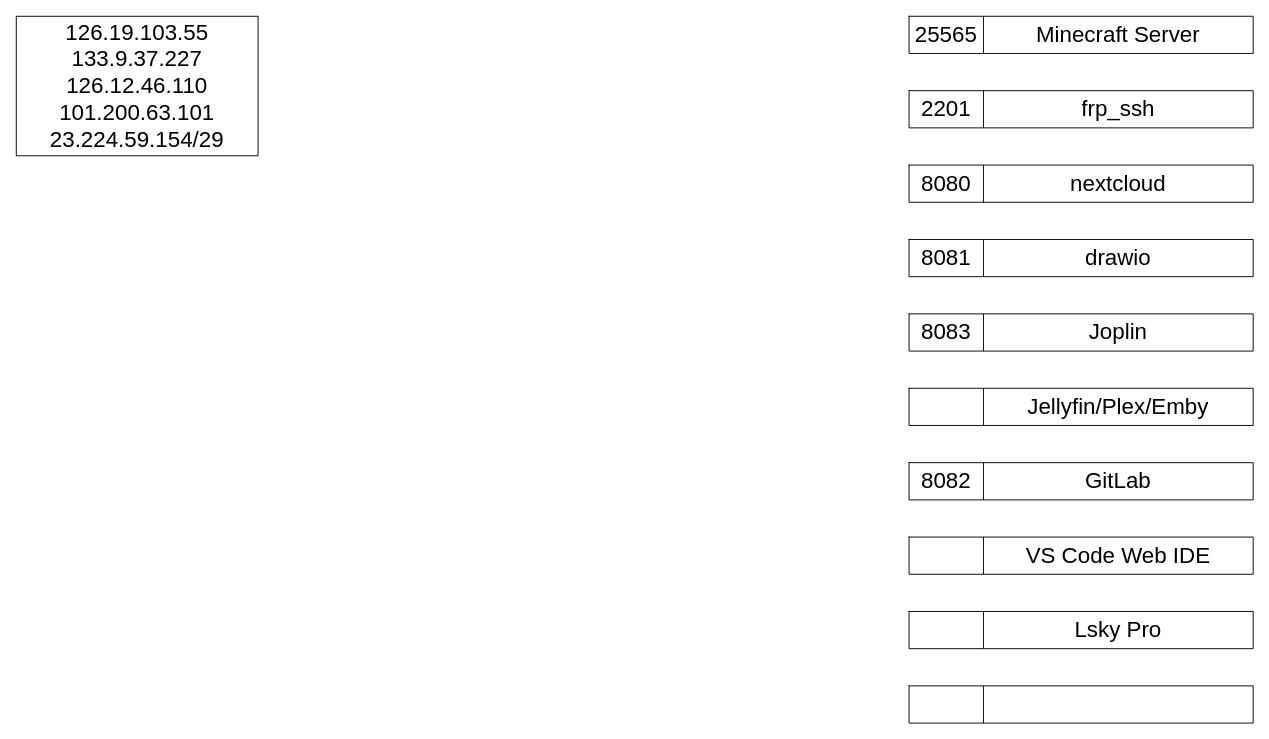
The draw.io diagram 未命名绘图.drawio in CharlesHJC/CICD, before the edit. Source tidied: cells renumbered, new cells numbered last; positions are measured from the earlier drawing's top-left corner, leaving out a move shared by most shapes. Both pictures are drawn from the tidied source at 93%, with x=0, y=0 at pixel (16, 16).
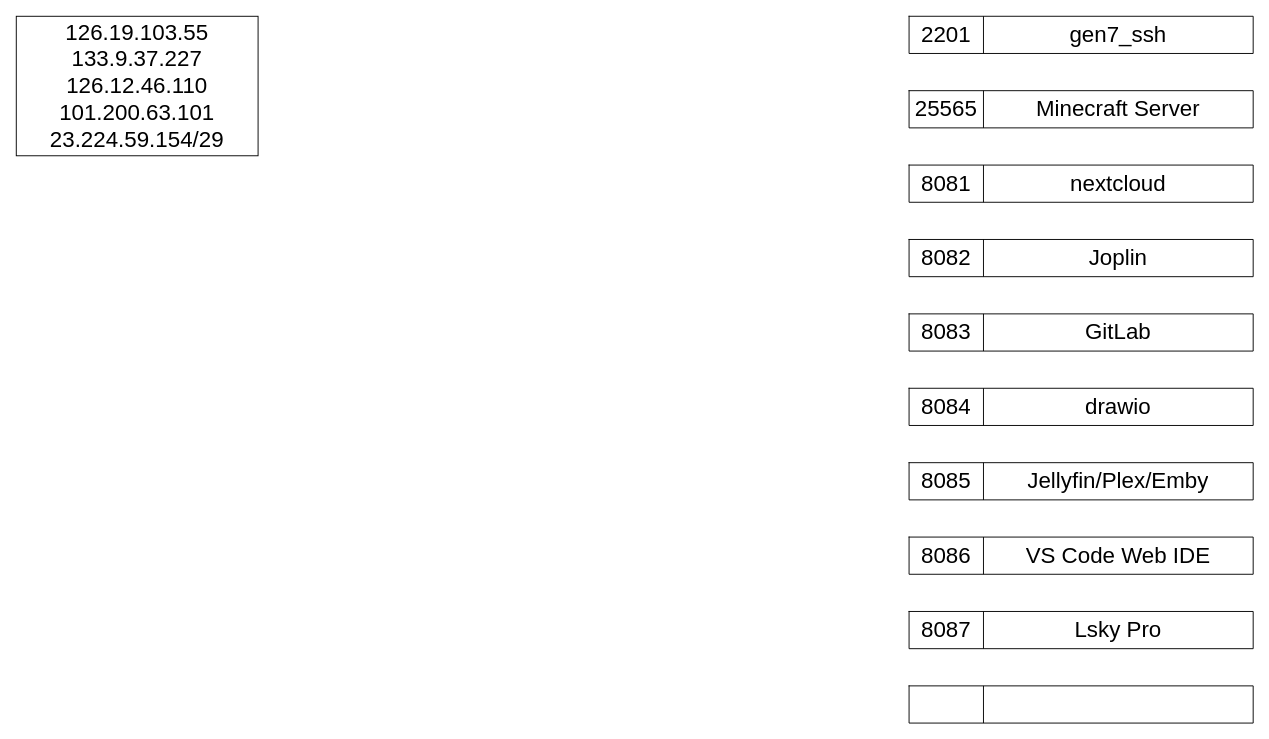
The same page after the edit.

Commit message:
更新未命名绘图.drawio

Unchanged cells that the change refers to:
```xml
<mxCell id="7" style="shape=tableRow;horizontal=0;startSize=0;swimlaneHead=0;swimlaneBody=0;top=0;left=0;bottom=0;right=0;fillColor=none;fontSize=24;" parent="6" vertex="1">
  <mxGeometry width="370" height="40" as="geometry" />
</mxCell>
<mxCell id="11" style="shape=tableRow;horizontal=0;startSize=0;swimlaneHead=0;swimlaneBody=0;top=0;left=0;bottom=0;right=0;fillColor=none;fontSize=24;" parent="10" vertex="1">
  <mxGeometry width="370" height="40" as="geometry" />
</mxCell>
<mxCell id="15" style="shape=tableRow;horizontal=0;startSize=0;swimlaneHead=0;swimlaneBody=0;top=0;left=0;bottom=0;right=0;fillColor=none;fontSize=24;" parent="14" vertex="1">
  <mxGeometry width="370" height="40" as="geometry" />
</mxCell>
<mxCell id="19" style="shape=tableRow;horizontal=0;startSize=0;swimlaneHead=0;swimlaneBody=0;top=0;left=0;bottom=0;right=0;fillColor=none;fontSize=24;" parent="18" vertex="1">
  <mxGeometry width="370" height="40" as="geometry" />
</mxCell>
<mxCell id="23" style="shape=tableRow;horizontal=0;startSize=0;swimlaneHead=0;swimlaneBody=0;top=0;left=0;bottom=0;right=0;fillColor=none;fontSize=24;" parent="22" vertex="1">
  <mxGeometry width="370" height="40" as="geometry" />
</mxCell>
<mxCell id="27" style="shape=tableRow;horizontal=0;startSize=0;swimlaneHead=0;swimlaneBody=0;top=0;left=0;bottom=0;right=0;fillColor=none;fontSize=24;" parent="26" vertex="1">
  <mxGeometry width="370" height="40" as="geometry" />
</mxCell>
<mxCell id="31" style="shape=tableRow;horizontal=0;startSize=0;swimlaneHead=0;swimlaneBody=0;top=0;left=0;bottom=0;right=0;fillColor=none;fontSize=24;" parent="30" vertex="1">
  <mxGeometry width="370" height="40" as="geometry" />
</mxCell>
<mxCell id="35" style="shape=tableRow;horizontal=0;startSize=0;swimlaneHead=0;swimlaneBody=0;top=0;left=0;bottom=0;right=0;fillColor=none;fontSize=24;" parent="34" vertex="1">
  <mxGeometry width="370" height="40" as="geometry" />
</mxCell>
```

What changed in the source:
```diff
@@
     <mxCell id="2" style="shape=table;startSize=0;childLayout=tableLayout;fontSize=24;" parent="1" vertex="1">
-      <mxGeometry x="960" width="370" height="40" as="geometry" />
+      <mxGeometry x="960" y="80" width="370" height="40" as="geometry" />
     </mxCell>
@@
     <mxCell id="6" style="shape=table;startSize=0;childLayout=tableLayout;fontSize=24;" parent="1" vertex="1">
-      <mxGeometry x="960" y="80" width="370" height="40" as="geometry" />
+      <mxGeometry x="960" width="370" height="40" as="geometry" />
     </mxCell>
@@
-    <mxCell id="9" value="frp_ssh" style="shape=partialRectangle;html=1;whiteSpace=wrap;overflow=hidden;fillColor=none;top=0;left=0;bottom=0;right=0;fontSize=24;" parent="7" vertex="1">
+    <mxCell id="9" value="gen7_ssh" style="shape=partialRectangle;html=1;whiteSpace=wrap;overflow=hidden;fillColor=none;top=0;left=0;bottom=0;right=0;fontSize=24;" parent="7" vertex="1">
       <mxGeometry x="80" width="290" height="40" as="geometry" />
     </mxCell>
     <mxCell id="10" style="shape=table;startSize=0;childLayout=tableLayout;fontSize=24;" parent="1" vertex="1">
-      <mxGeometry x="960" y="240" width="370" height="40" as="geometry" />
+      <mxGeometry x="960" y="400" width="370" height="40" as="geometry" />
     </mxCell>
@@
-    <mxCell id="12" value="8081" style="shape=partialRectangle;html=1;whiteSpace=wrap;overflow=hidden;fillColor=none;top=0;left=0;bottom=0;right=0;fontSize=24;" parent="11" vertex="1">
+    <mxCell id="12" value="8084" style="shape=partialRectangle;html=1;whiteSpace=wrap;overflow=hidden;fillColor=none;top=0;left=0;bottom=0;right=0;fontSize=24;" parent="11" vertex="1">
       <mxGeometry width="80" height="40" as="geometry" />
     </mxCell>
@@
-    <mxCell id="16" value="8080" style="shape=partialRectangle;html=1;whiteSpace=wrap;overflow=hidden;fillColor=none;top=0;left=0;bottom=0;right=0;fontSize=24;" parent="15" vertex="1">
+    <mxCell id="16" value="8081" style="shape=partialRectangle;html=1;whiteSpace=wrap;overflow=hidden;fillColor=none;top=0;left=0;bottom=0;right=0;fontSize=24;" parent="15" vertex="1">
       <mxGeometry width="80" height="40" as="geometry" />
     </mxCell>
@@
     <mxCell id="18" style="shape=table;startSize=0;childLayout=tableLayout;fontSize=24;" parent="1" vertex="1">
-      <mxGeometry x="960" y="320" width="370" height="40" as="geometry" />
+      <mxGeometry x="960" y="240" width="370" height="40" as="geometry" />
     </mxCell>
@@
-    <mxCell id="20" value="8083" style="shape=partialRectangle;html=1;whiteSpace=wrap;overflow=hidden;fillColor=none;top=0;left=0;bottom=0;right=0;fontSize=24;" parent="19" vertex="1">
+    <mxCell id="20" value="8082" style="shape=partialRectangle;html=1;whiteSpace=wrap;overflow=hidden;fillColor=none;top=0;left=0;bottom=0;right=0;fontSize=24;" parent="19" vertex="1">
       <mxGeometry width="80" height="40" as="geometry" />
     </mxCell>
@@
     <mxCell id="22" style="shape=table;startSize=0;childLayout=tableLayout;fontSize=24;" parent="1" vertex="1">
-      <mxGeometry x="960" y="400" width="370" height="40" as="geometry" />
+      <mxGeometry x="960" y="480" width="370" height="40" as="geometry" />
     </mxCell>
@@
-    <mxCell id="24" style="shape=partialRectangle;html=1;whiteSpace=wrap;overflow=hidden;fillColor=none;top=0;left=0;bottom=0;right=0;fontSize=24;" parent="23" vertex="1">
+    <mxCell id="24" value="8085" style="shape=partialRectangle;html=1;whiteSpace=wrap;overflow=hidden;fillColor=none;top=0;left=0;bottom=0;right=0;fontSize=24;" parent="23" vertex="1">
       <mxGeometry width="80" height="40" as="geometry" />
     </mxCell>
@@
     <mxCell id="26" style="shape=table;startSize=0;childLayout=tableLayout;fontSize=24;" parent="1" vertex="1">
-      <mxGeometry x="960" y="480" width="370" height="40" as="geometry" />
+      <mxGeometry x="960" y="320" width="370" height="40" as="geometry" />
     </mxCell>
@@
-    <mxCell id="28" value="8082" style="shape=partialRectangle;html=1;whiteSpace=wrap;overflow=hidden;fillColor=none;top=0;left=0;bottom=0;right=0;fontSize=24;" parent="27" vertex="1">
+    <mxCell id="28" value="8083" style="shape=partialRectangle;html=1;whiteSpace=wrap;overflow=hidden;fillColor=none;top=0;left=0;bottom=0;right=0;fontSize=24;" parent="27" vertex="1">
       <mxGeometry width="80" height="40" as="geometry" />
     </mxCell>
@@
-    <mxCell id="32" style="shape=partialRectangle;html=1;whiteSpace=wrap;overflow=hidden;fillColor=none;top=0;left=0;bottom=0;right=0;fontSize=24;" parent="31" vertex="1">
+    <mxCell id="32" value="8086" style="shape=partialRectangle;html=1;whiteSpace=wrap;overflow=hidden;fillColor=none;top=0;left=0;bottom=0;right=0;fontSize=24;" parent="31" vertex="1">
       <mxGeometry width="80" height="40" as="geometry" />
     </mxCell>
@@
-    <mxCell id="36" style="shape=partialRectangle;html=1;whiteSpace=wrap;overflow=hidden;fillColor=none;top=0;left=0;bottom=0;right=0;fontSize=24;" parent="35" vertex="1">
+    <mxCell id="36" value="8087" style="shape=partialRectangle;html=1;whiteSpace=wrap;overflow=hidden;fillColor=none;top=0;left=0;bottom=0;right=0;fontSize=24;" parent="35" vertex="1">
       <mxGeometry width="80" height="40" as="geometry" />
     </mxCell>
```
